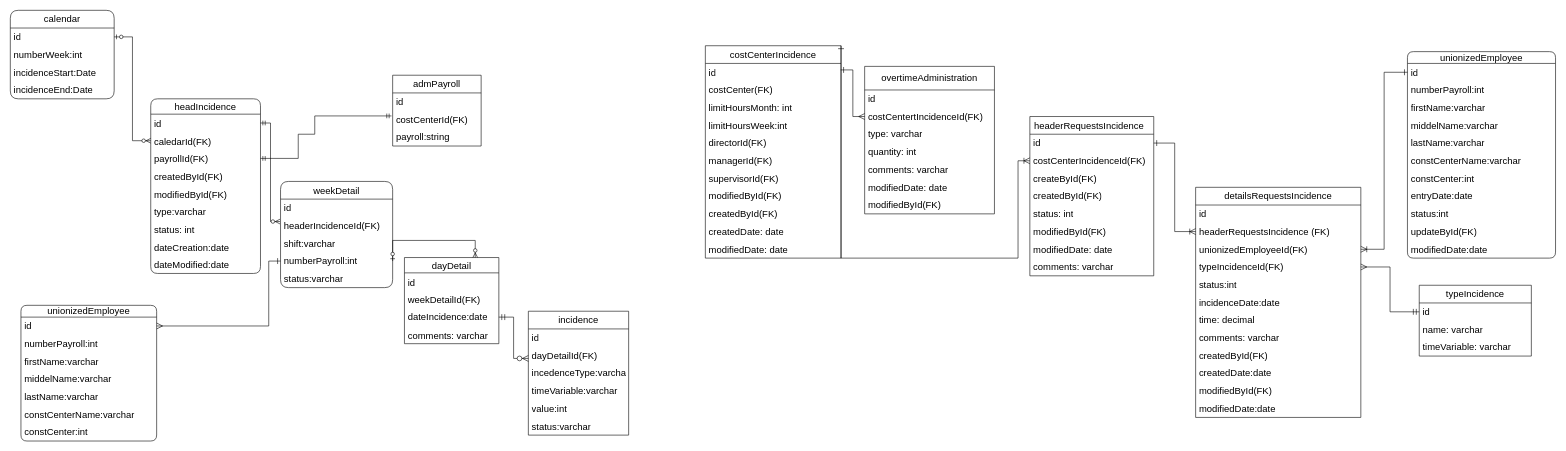
The draw.io diagram page "Page-RelationalDiagram" (1 of 2) of Untitled Diagram.drawio in SocorroGC30/prueba3, before the edit. Source tidied: cells renumbered, new cells numbered last; positions are measured from the earlier drawing's top-left corner, leaving out a move shared by most shapes. Both pictures are drawn from the tidied source at 59%, with x=0, y=0 at pixel (10, 10).
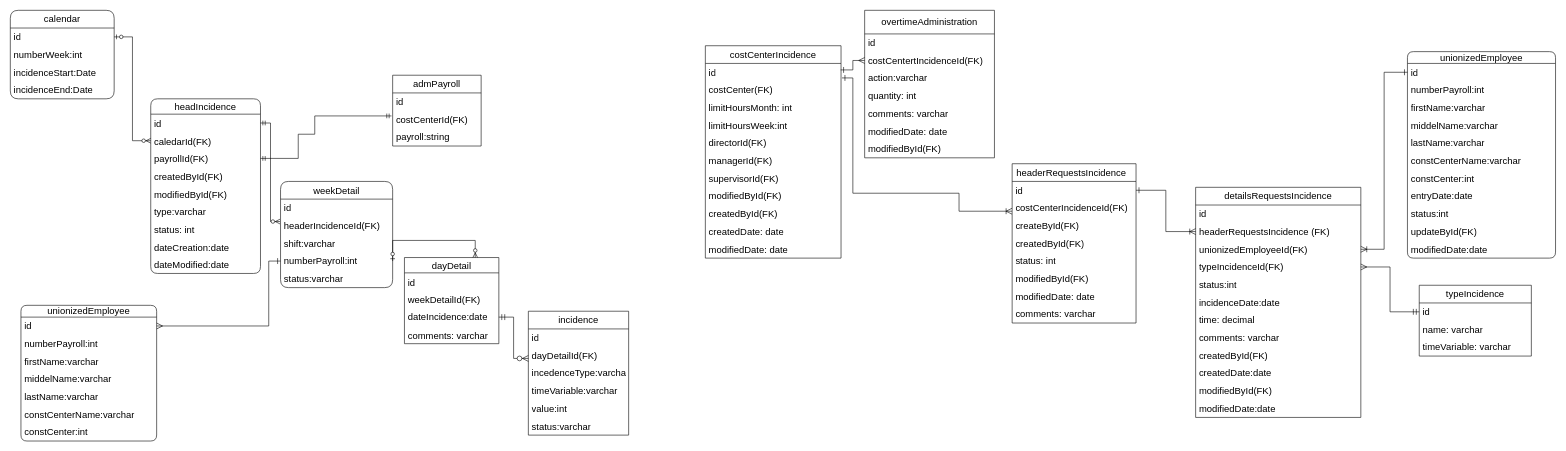
After the change.

The change refers to these unchanged cells:
```xml
<mxCell id="46" value="costCenterIncidenceId(FK)" style="text;strokeColor=none;fillColor=none;align=left;verticalAlign=middle;spacingLeft=4;spacingRight=4;overflow=hidden;points=[[0,0.5],[1,0.5]];portConstraint=eastwest;whiteSpace=wrap;html=1;fontSize=16;" parent="44" vertex="1">
  <mxGeometry y="60" width="210" height="30" as="geometry" />
</mxCell>
<mxCell id="53" value="costCenterIncidence" style="swimlane;fontStyle=0;horizontal=1;startSize=30;whiteSpace=wrap;html=1;fontSize=16;" parent="1" vertex="1">
  <mxGeometry x="1178" y="60" width="230" height="360" as="geometry" />
</mxCell>
<mxCell id="54" value="id" style="text;strokeColor=none;fillColor=none;align=left;verticalAlign=middle;spacingLeft=4;spacingRight=4;overflow=hidden;points=[[0,0.5],[1,0.5]];portConstraint=eastwest;whiteSpace=wrap;html=1;fontSize=16;" parent="53" vertex="1">
  <mxGeometry y="30" width="230" height="30" as="geometry" />
</mxCell>
```

Change to the diagram source:
```diff
@@
     <mxCell id="44" value="headerRequestsIncidence&amp;nbsp;&amp;nbsp;" style="swimlane;fontStyle=0;horizontal=1;startSize=30;whiteSpace=wrap;html=1;fontSize=16;" parent="1" vertex="1">
-      <mxGeometry x="1728" y="180" width="210" height="270" as="geometry" />
+      <mxGeometry x="1698" y="260" width="210" height="270" as="geometry" />
     </mxCell>
@@
     <mxCell id="65" value="overtimeAdministration" style="swimlane;fontStyle=0;horizontal=1;startSize=40;whiteSpace=wrap;html=1;fontSize=16;" parent="1" vertex="1">
-      <mxGeometry x="1448" y="95" width="220" height="250" as="geometry" />
+      <mxGeometry x="1448" width="220" height="250" as="geometry" />
     </mxCell>
@@
-    <mxCell id="68" value="type: varchar" style="text;strokeColor=none;fillColor=none;align=left;verticalAlign=middle;spacingLeft=4;spacingRight=4;overflow=hidden;whiteSpace=wrap;html=1;fontSize=16;" parent="65" vertex="1">
+    <mxCell id="68" value="action:varchar" style="text;strokeColor=none;fillColor=none;align=left;verticalAlign=middle;spacingLeft=4;spacingRight=4;overflow=hidden;whiteSpace=wrap;html=1;fontSize=16;" parent="65" vertex="1">
       <mxGeometry y="100" width="220" height="30" as="geometry" />
     </mxCell>
@@
-    <mxCell id="74" style="edgeStyle=orthogonalEdgeStyle;fontSize=12;html=1;endArrow=ERoneToMany;startArrow=ERone;rounded=0;strokeColor=default;startSize=8;endSize=8;startFill=0;exitX=1;exitY=0;exitDx=0;exitDy=0;" parent="1" edge="1" source="53" target="46">
+    <mxCell id="74" style="edgeStyle=orthogonalEdgeStyle;fontSize=12;html=1;endArrow=ERoneToMany;startArrow=ERone;rounded=0;strokeColor=default;startSize=8;endSize=8;startFill=0;entryX=-0.001;entryY=0.683;entryDx=0;entryDy=0;entryPerimeter=0;exitX=1.007;exitY=0.819;exitDx=0;exitDy=0;exitPerimeter=0;" parent="1" edge="1" source="54" target="46">
       <mxGeometry relative="1" as="geometry">
         <Array as="points">
-          <mxPoint x="1408" y="420" />
-          <mxPoint x="1708" y="420" />
-          <mxPoint x="1708" y="255" />
+          <mxPoint x="1428" y="115" />
+          <mxPoint x="1428" y="310" />
+          <mxPoint x="1608" y="310" />
+          <mxPoint x="1608" y="340" />
         </Array>
       </mxGeometry>
     </mxCell>
```
